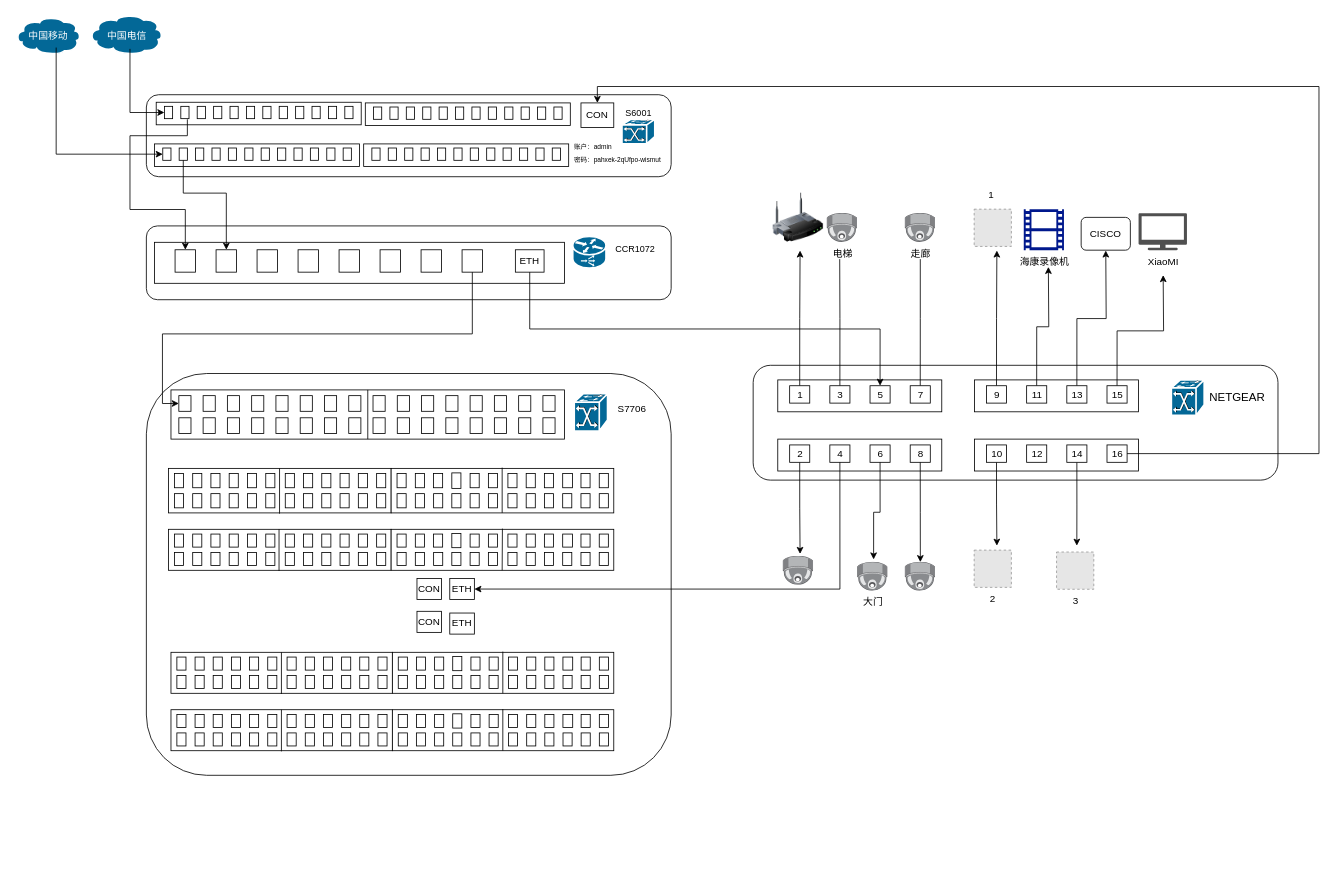
asharca/drawio keeps this draw.io diagram as rhzy-network.drawio. Above is the earlier version. Source tidied: cells renumbered, new cells numbered last; positions are measured from the earlier drawing's top-left corner, leaving out a move shared by most shapes. Both pictures are drawn from the tidied source at 82%, with x=0, y=0 at pixel (15, 14). Pictures stored in the file or linked from it are replaced by grey dashed boxes.
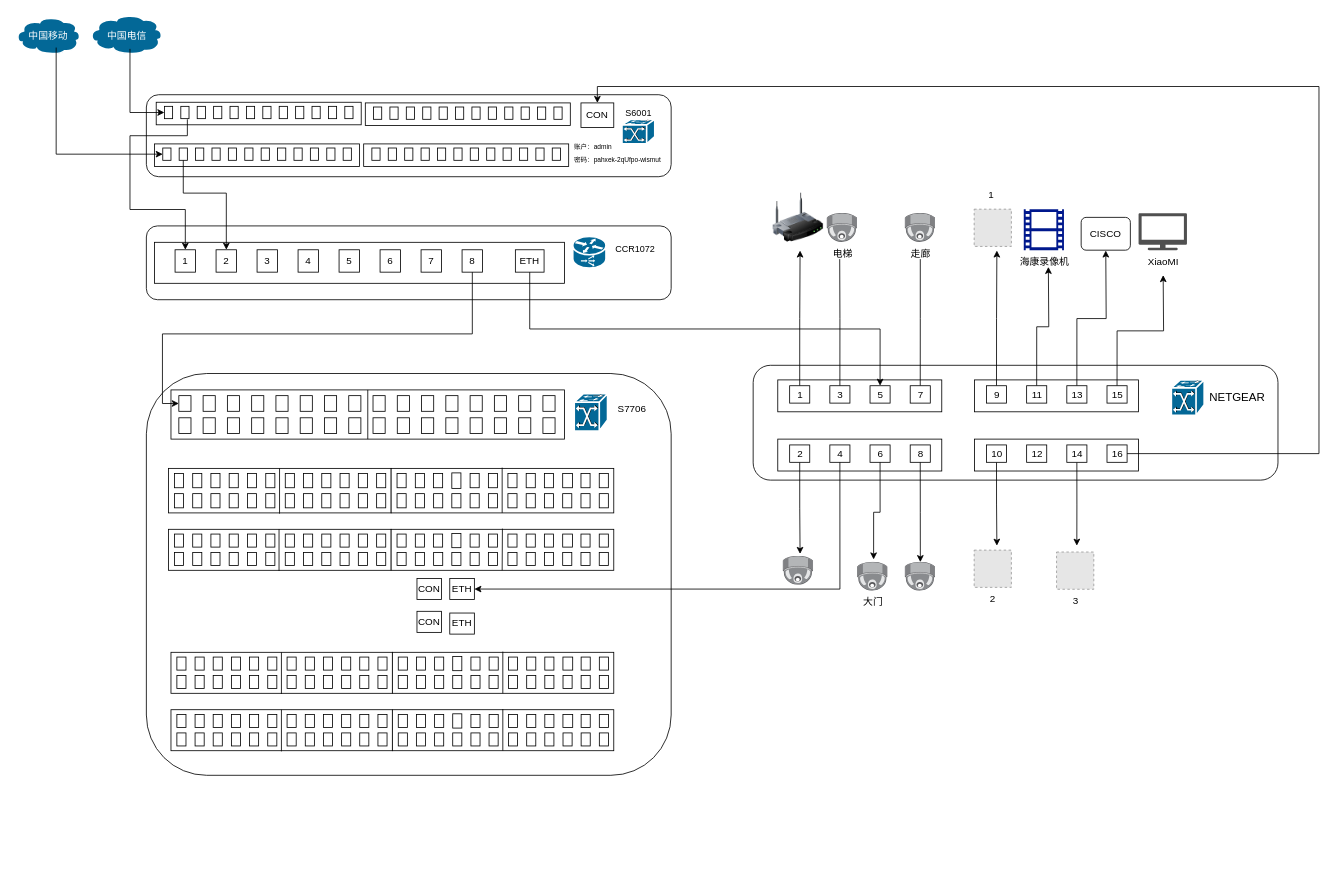
Above is the later version.

Unchanged cells that the change refers to:
```xml
<mxCell id="323" style="group;" parent="319" vertex="1">
  <mxGeometry x="10" y="20" width="500" height="50" as="geometry" />
</mxCell>
```

What changed in the source:
```diff
@@
-    <mxCell id="325" style="rounded=0;whiteSpace=wrap;html=1;" parent="323" vertex="1">
+    <mxCell id="325" value="1" style="rounded=0;whiteSpace=wrap;html=1;" parent="323" vertex="1">
       <mxGeometry x="25" y="9.1" width="25" height="27.3" as="geometry" />
     </mxCell>
-    <mxCell id="326" style="rounded=0;whiteSpace=wrap;html=1;" parent="323" vertex="1">
+    <mxCell id="326" value="2" style="rounded=0;whiteSpace=wrap;html=1;" parent="323" vertex="1">
       <mxGeometry x="75" y="9.1" width="25" height="27.3" as="geometry" />
     </mxCell>
-    <mxCell id="327" style="rounded=0;whiteSpace=wrap;html=1;" parent="323" vertex="1">
+    <mxCell id="327" value="3" style="rounded=0;whiteSpace=wrap;html=1;" parent="323" vertex="1">
       <mxGeometry x="125" y="9.1" width="25" height="27.3" as="geometry" />
     </mxCell>
-    <mxCell id="328" style="rounded=0;whiteSpace=wrap;html=1;" parent="323" vertex="1">
+    <mxCell id="328" value="4" style="rounded=0;whiteSpace=wrap;html=1;" parent="323" vertex="1">
       <mxGeometry x="175" y="9.1" width="25" height="27.3" as="geometry" />
     </mxCell>
-    <mxCell id="329" style="rounded=0;whiteSpace=wrap;html=1;" parent="323" vertex="1">
+    <mxCell id="329" value="5" style="rounded=0;whiteSpace=wrap;html=1;" parent="323" vertex="1">
       <mxGeometry x="225" y="9.1" width="25" height="27.3" as="geometry" />
     </mxCell>
-    <mxCell id="330" style="rounded=0;whiteSpace=wrap;html=1;" parent="323" vertex="1">
+    <mxCell id="330" value="6" style="rounded=0;whiteSpace=wrap;html=1;" parent="323" vertex="1">
       <mxGeometry x="275" y="9.1" width="25" height="27.3" as="geometry" />
     </mxCell>
-    <mxCell id="331" style="rounded=0;whiteSpace=wrap;html=1;" parent="323" vertex="1">
+    <mxCell id="331" value="7" style="rounded=0;whiteSpace=wrap;html=1;" parent="323" vertex="1">
       <mxGeometry x="325" y="9.1" width="25" height="27.3" as="geometry" />
     </mxCell>
-    <mxCell id="332" style="rounded=0;whiteSpace=wrap;html=1;" parent="323" vertex="1">
+    <mxCell id="332" value="8" style="rounded=0;whiteSpace=wrap;html=1;" parent="323" vertex="1">
       <mxGeometry x="375" y="9.1" width="25" height="27.3" as="geometry" />
     </mxCell>
```
